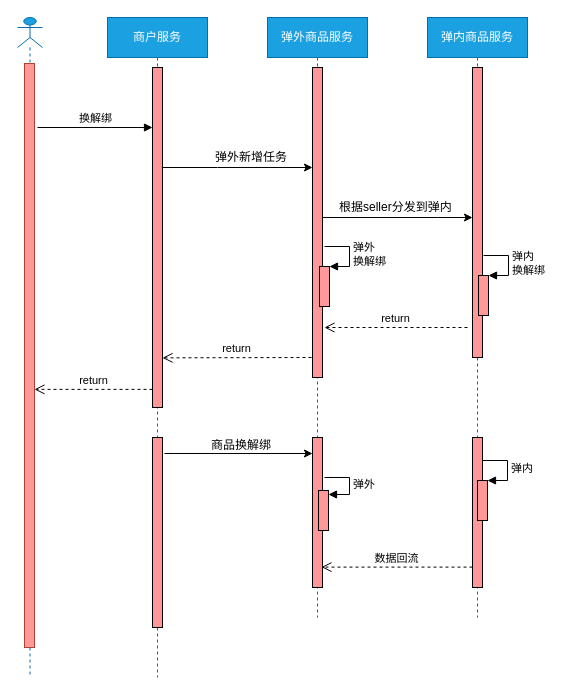
Earlier version of the draw.io diagram commodity/弹内换解绑.drawio (zhugaozi/drawIo). Source tidied: cells renumbered, new cells numbered last; positions are measured from the earlier drawing's top-left corner, leaving out a move shared by most shapes. Both pictures are drawn from the tidied source at 100%, with x=0, y=0 at pixel (17, 17).
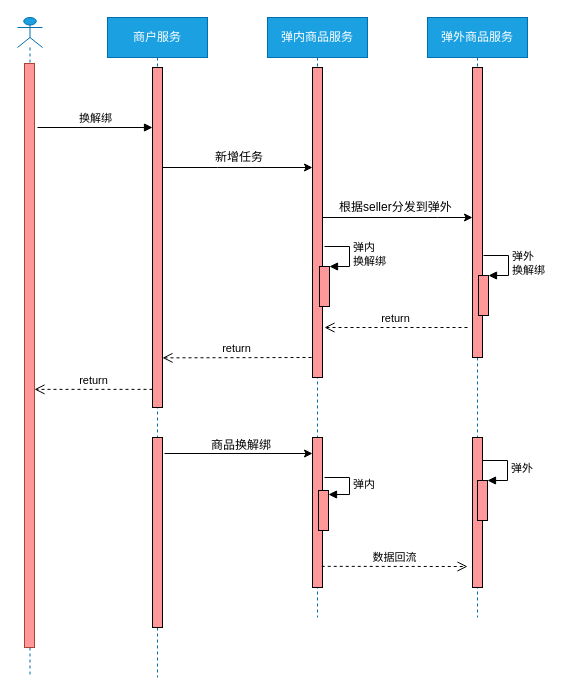
The same page after the edit.

Commit message:
Update 弹内换解绑.drawio

Unchanged cells that the change refers to:
```xml
<mxCell id="9" style="html=1;points=[];perimeter=orthogonalPerimeter;align=center;fillColor=#FF9999;" parent="7" vertex="1">
  <mxGeometry x="52" y="249" width="10" height="40" as="geometry" />
</mxCell>
<mxCell id="11" style="html=1;points=[];perimeter=orthogonalPerimeter;align=center;fillColor=#FF9999;" parent="7" vertex="1">
  <mxGeometry x="45" y="420" width="10" height="150" as="geometry" />
</mxCell>
<mxCell id="16" style="html=1;points=[];perimeter=orthogonalPerimeter;align=center;fillColor=#FF9999;" parent="14" vertex="1">
  <mxGeometry x="51" y="258" width="10" height="40" as="geometry" />
</mxCell>
<mxCell id="19" style="html=1;points=[];perimeter=orthogonalPerimeter;align=center;fillColor=#FF9999;" parent="14" vertex="1">
  <mxGeometry x="50" y="463" width="10" height="40" as="geometry" />
</mxCell>
```

The edit, as a diff of the source:
```diff
@@
-    <mxCell id="7" value="弹外商品服务" style="shape=umlLifeline;perimeter=lifelinePerimeter;whiteSpace=wrap;html=1;fillColor=#1ba1e2;strokeColor=#006EAF;fontColor=#ffffff;align=center;" parent="1" vertex="1">
+    <mxCell id="7" value="弹内商品服务" style="shape=umlLifeline;perimeter=lifelinePerimeter;whiteSpace=wrap;html=1;fillColor=#1ba1e2;strokeColor=#006EAF;fontColor=#ffffff;align=center;" parent="1" vertex="1">
       <mxGeometry x="250" width="100" height="600" as="geometry" />
     </mxCell>
@@
-    <mxCell id="10" value="弹外&lt;br&gt;换解绑" style="edgeStyle=orthogonalEdgeStyle;html=1;align=left;spacingLeft=2;endArrow=block;rounded=0;entryX=1;entryY=0;" parent="7" edge="1" target="9">
+    <mxCell id="10" value="弹内&lt;br&gt;换解绑" style="edgeStyle=orthogonalEdgeStyle;html=1;align=left;spacingLeft=2;endArrow=block;rounded=0;entryX=1;entryY=0;" parent="7" edge="1" target="9">
       <mxGeometry relative="1" as="geometry">
         <mxPoint x="57" y="229" as="sourcePoint" />
         <Array as="points">
           <mxPoint x="82" y="229" />
         </Array>
       </mxGeometry>
     </mxCell>
@@
-    <mxCell id="13" value="弹外" style="edgeStyle=orthogonalEdgeStyle;html=1;align=left;spacingLeft=2;endArrow=block;rounded=0;entryX=1;entryY=0;" parent="7" edge="1">
+    <mxCell id="13" value="弹内" style="edgeStyle=orthogonalEdgeStyle;html=1;align=left;spacingLeft=2;endArrow=block;rounded=0;entryX=1;entryY=0;" parent="7" edge="1">
       <mxGeometry relative="1" as="geometry">
         <mxPoint x="57" y="460" as="sourcePoint" />
         <mxPoint x="61" y="477" as="targetPoint" />
         <Array as="points">
           <mxPoint x="82" y="460" />
         </Array>
       </mxGeometry>
     </mxCell>
-    <mxCell id="14" value="弹内商品服务" style="shape=umlLifeline;perimeter=lifelinePerimeter;whiteSpace=wrap;html=1;fillColor=#1ba1e2;strokeColor=#006EAF;fontColor=#ffffff;align=center;" parent="1" vertex="1">
+    <mxCell id="14" value="弹外商品服务" style="shape=umlLifeline;perimeter=lifelinePerimeter;whiteSpace=wrap;html=1;fillColor=#1ba1e2;strokeColor=#006EAF;fontColor=#ffffff;align=center;" parent="1" vertex="1">
       <mxGeometry x="410" width="100" height="600" as="geometry" />
     </mxCell>
@@
-    <mxCell id="17" value="弹内&lt;br&gt;换解绑" style="edgeStyle=orthogonalEdgeStyle;html=1;align=left;spacingLeft=2;endArrow=block;rounded=0;entryX=1;entryY=0;" parent="14" edge="1" target="16">
+    <mxCell id="17" value="弹外&lt;br&gt;换解绑" style="edgeStyle=orthogonalEdgeStyle;html=1;align=left;spacingLeft=2;endArrow=block;rounded=0;entryX=1;entryY=0;" parent="14" edge="1" target="16">
       <mxGeometry relative="1" as="geometry">
         <mxPoint x="56" y="238" as="sourcePoint" />
         <Array as="points">
           <mxPoint x="81" y="238" />
         </Array>
       </mxGeometry>
     </mxCell>
@@
-    <mxCell id="20" value="弹内" style="edgeStyle=orthogonalEdgeStyle;html=1;align=left;spacingLeft=2;endArrow=block;rounded=0;entryX=1;entryY=0;" parent="14" edge="1" target="19">
+    <mxCell id="20" value="弹外" style="edgeStyle=orthogonalEdgeStyle;html=1;align=left;spacingLeft=2;endArrow=block;rounded=0;entryX=1;entryY=0;" parent="14" edge="1" target="19">
       <mxGeometry relative="1" as="geometry">
         <mxPoint x="55" y="443" as="sourcePoint" />
         <Array as="points">
           <mxPoint x="80" y="443" />
         </Array>
       </mxGeometry>
     </mxCell>
@@
-    <mxCell id="23" value="弹外新增任务" style="text;html=1;align=left;verticalAlign=top;spacingTop=-4;" parent="1" vertex="1">
-      <mxGeometry x="196" y="130" width="100" height="10" as="geometry" />
+    <mxCell id="23" value="新增任务" style="text;html=1;align=left;verticalAlign=top;spacingTop=-4;" parent="1" vertex="1">
+      <mxGeometry x="196" y="130" width="70" height="10" as="geometry" />
     </mxCell>
@@
-    <mxCell id="25" value="根据seller分发到弹内" style="text;html=1;align=left;verticalAlign=top;spacingTop=-4;" parent="1" vertex="1">
+    <mxCell id="25" value="根据seller分发到弹外" style="text;html=1;align=left;verticalAlign=top;spacingTop=-4;" parent="1" vertex="1">
       <mxGeometry x="320" y="180" width="140" height="10" as="geometry" />
     </mxCell>
@@
-    <mxCell id="31" value="数据回流" style="html=1;verticalAlign=bottom;endArrow=open;dashed=1;endSize=8;align=center;entryX=0.9;entryY=0.884;entryDx=0;entryDy=0;entryPerimeter=0;" parent="1" edge="1">
+    <mxCell id="31" value="数据回流" style="html=1;verticalAlign=bottom;endArrow=open;dashed=1;endSize=8;align=center;exitX=0.922;exitY=0.859;exitDx=0;exitDy=0;exitPerimeter=0;" parent="1" edge="1" source="11">
       <mxGeometry relative="1" as="geometry">
-        <mxPoint x="455" y="549.6" as="sourcePoint" />
-        <mxPoint x="304" y="549.6" as="targetPoint" />
+        <mxPoint x="450" y="549" as="targetPoint" />
       </mxGeometry>
     </mxCell>
```
